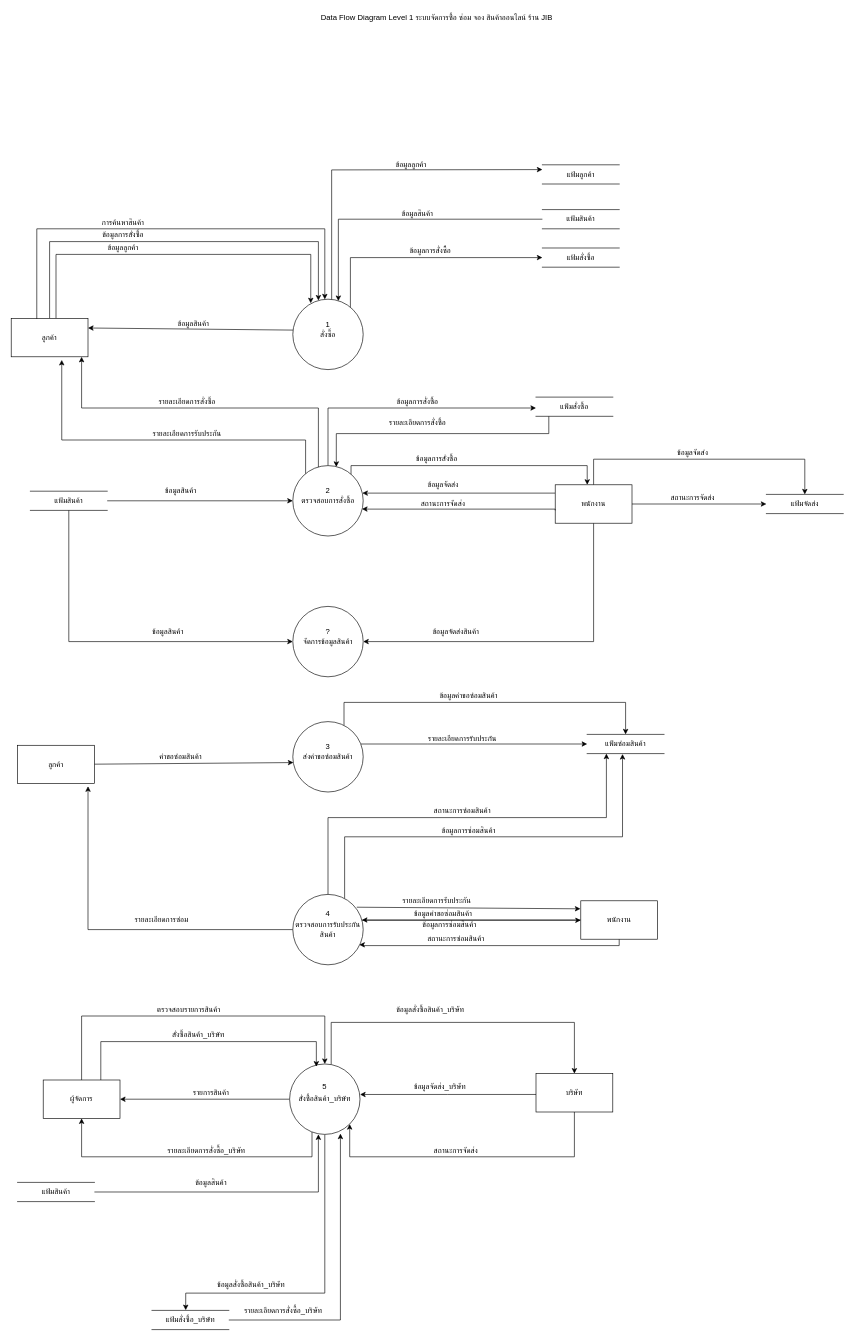
The draw.io diagram DFD Lv1.drawio in tonparin/SomkidDiagram, before the edit. Source tidied: cells renumbered, new cells numbered last; positions are measured from the earlier drawing's top-left corner, leaving out a move shared by most shapes. Both pictures are drawn from the tidied source at 64%, with x=0, y=0 at pixel (11, 11).
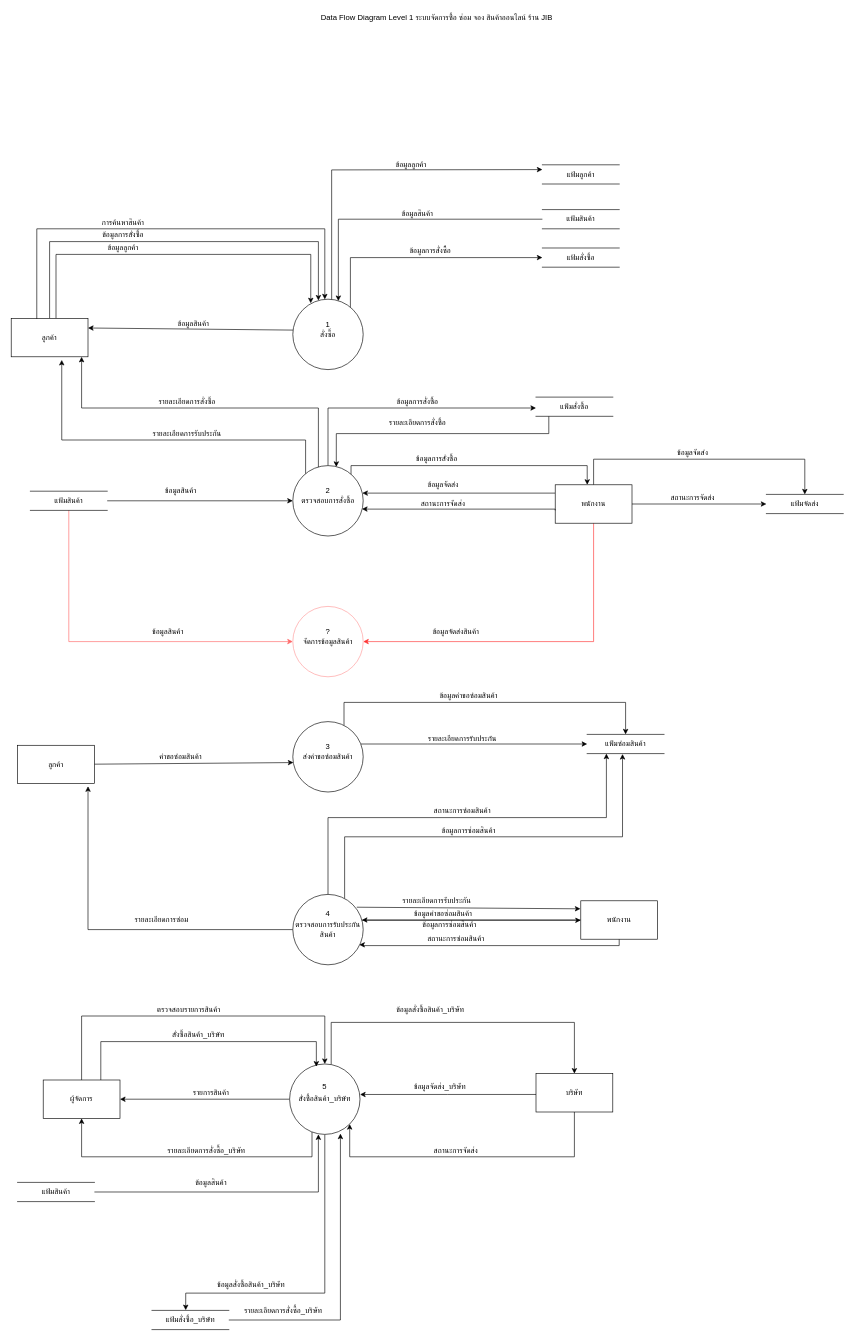
After the change.

The change refers to these unchanged cells:
```xml
<mxCell id="35" value="แฟ้มสินค้า" style="shape=partialRectangle;whiteSpace=wrap;html=1;left=0;right=0;fillColor=none;" parent="1" vertex="1">
  <mxGeometry x="30" y="750" width="120" height="30" as="geometry" />
</mxCell>
<mxCell id="45" value="พนักงาน" style="rounded=0;whiteSpace=wrap;html=1;" parent="1" vertex="1">
  <mxGeometry x="850" y="740" width="120" height="60" as="geometry" />
</mxCell>
```

Change to the diagram source:
```diff
@@
-    <mxCell id="34" style="edgeStyle=orthogonalEdgeStyle;rounded=0;jettySize=auto;html=1;entryX=0;entryY=0.5;entryDx=0;entryDy=0;" parent="1" edge="1" source="35" target="50">
+    <mxCell id="34" style="edgeStyle=orthogonalEdgeStyle;rounded=0;jettySize=auto;html=1;entryX=0;entryY=0.5;entryDx=0;entryDy=0;strokeColor=#FF6666;" parent="1" edge="1" source="35" target="50">
       <mxGeometry relative="1" as="geometry">
         <Array as="points">
           <mxPoint x="90" y="985" />
         </Array>
       </mxGeometry>
     </mxCell>
@@
-    <mxCell id="42" style="edgeStyle=orthogonalEdgeStyle;rounded=0;jettySize=auto;html=1;entryX=1;entryY=0.5;entryDx=0;entryDy=0;" parent="1" edge="1" source="45" target="50">
+    <mxCell id="42" style="edgeStyle=orthogonalEdgeStyle;rounded=0;jettySize=auto;html=1;entryX=1;entryY=0.5;entryDx=0;entryDy=0;strokeColor=#FF3333;" parent="1" edge="1" source="45" target="50">
       <mxGeometry relative="1" as="geometry">
         <Array as="points">
           <mxPoint x="910" y="985" />
         </Array>
       </mxGeometry>
     </mxCell>
@@
-    <mxCell id="50" value="จัดการข้อมูลสินค้า" style="ellipse;whiteSpace=wrap;html=1;" parent="1" vertex="1">
+    <mxCell id="50" value="จัดการข้อมูลสินค้า" style="ellipse;whiteSpace=wrap;html=1;strokeColor=#FF9999;" parent="1" vertex="1">
       <mxGeometry x="440" y="930" width="110" height="110" as="geometry" />
     </mxCell>
```
